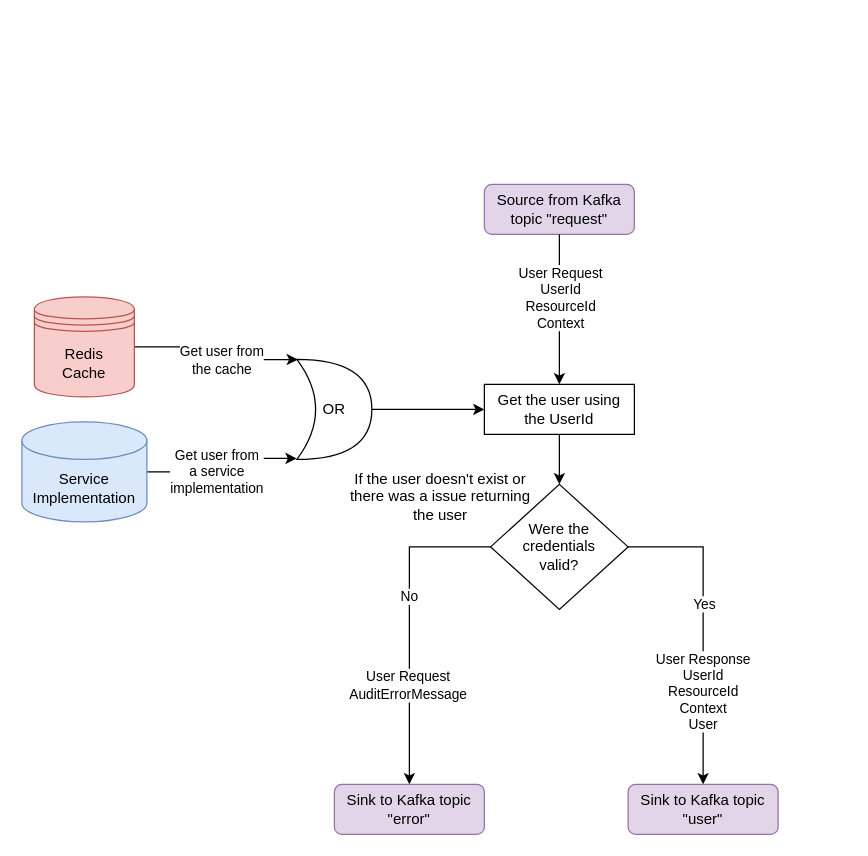
Earlier version of the draw.io diagram user-service/doc/user-service.drawio (gchq/Palisade-services). Source tidied: cells renumbered, new cells numbered last; positions are measured from the earlier drawing's top-left corner, leaving out a move shared by most shapes. Both pictures are drawn from the tidied source at 125%, with x=0, y=0 at pixel (21, 184).
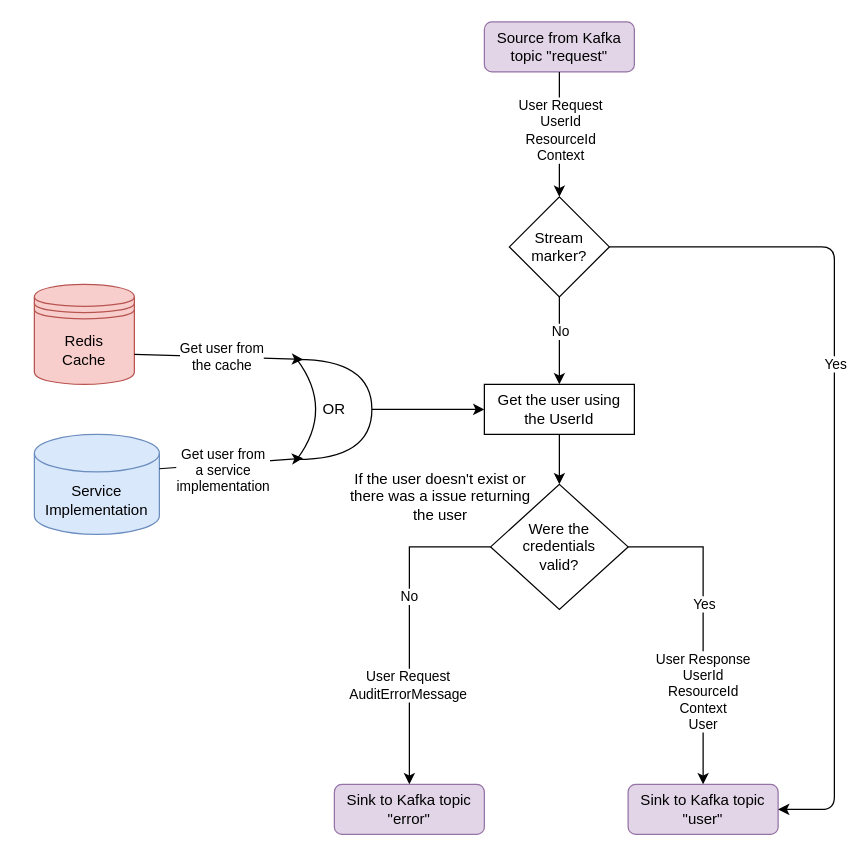
Above is the later version.

Commit message (it also covers changes not shown here):
PAL-1090 updated palisade user and policy diagrams, updated palisade-service readme

The change refers to these unchanged cells:
```xml
<mxCell id="4" value="Get the user using the UserId" style="rounded=0;whiteSpace=wrap;html=1;" parent="1" vertex="1">
  <mxGeometry x="370" y="160" width="120" height="40" as="geometry" />
</mxCell>
<mxCell id="14" value="&lt;div&gt;OR&lt;/div&gt;" style="shape=xor;whiteSpace=wrap;html=1;rotation=0;" parent="1" vertex="1">
  <mxGeometry x="220" y="140" width="60" height="80" as="geometry" />
</mxCell>
<mxCell id="15" value="&lt;span&gt;Sink to Kafka topic &quot;user&quot;&lt;/span&gt;" style="rounded=1;whiteSpace=wrap;html=1;fillColor=#e1d5e7;strokeColor=#9673a6;" parent="1" vertex="1">
  <mxGeometry x="485" y="480" width="120" height="40" as="geometry" />
</mxCell>
```

The edit, as a diff of the source:
```diff
@@
     <mxCell id="2" value="&lt;span&gt;Source from Kafka topic &quot;request&quot;&lt;/span&gt;" style="rounded=1;whiteSpace=wrap;html=1;fillColor=#e1d5e7;strokeColor=#9673a6;" parent="1" vertex="1">
-      <mxGeometry x="370" width="120" height="40" as="geometry" />
+      <mxGeometry x="370" y="-130" width="120" height="40" as="geometry" />
     </mxCell>
@@
-    <mxCell id="5" style="endArrow=classic;html=1;exitX=0.5;exitY=1;exitDx=0;exitDy=0;" parent="1" edge="1" source="2" target="4">
+    <mxCell id="5" style="endArrow=classic;html=1;exitX=0.5;exitY=1;exitDx=0;exitDy=0;entryX=0.5;entryY=0;entryDx=0;entryDy=0;" parent="1" edge="1" source="2" target="27">
       <mxGeometry relative="1" as="geometry" />
     </mxCell>
     <mxCell id="6" value="User Request&lt;br&gt;UserId&lt;br&gt;ResourceId&lt;br&gt;Context" style="edgeLabel;html=1;align=center;verticalAlign=middle;" parent="5" vertex="1">
       <mxGeometry x="0.04" relative="1" as="geometry">
-        <mxPoint y="-12" as="offset" />
+        <mxPoint y="-6" as="offset" />
       </mxGeometry>
     </mxCell>
-    <mxCell id="7" style="edgeStyle=orthogonalEdgeStyle;rounded=0;jettySize=auto;html=1;exitX=1;exitY=0.5;exitDx=0;exitDy=0;entryX=0.013;entryY=0.002;entryDx=0;entryDy=0;entryPerimeter=0;" parent="1" edge="1" source="9" target="14">
-      <mxGeometry relative="1" as="geometry">
-        <Array as="points">
-          <mxPoint x="155" y="130" />
-          <mxPoint x="155" y="140" />
-        </Array>
-      </mxGeometry>
-    </mxCell>
-    <mxCell id="8" value="&lt;div&gt;Get user from &lt;br&gt;&lt;/div&gt;&lt;div&gt;the cache&lt;/div&gt;" style="edgeLabel;html=1;align=center;verticalAlign=middle;" parent="7" vertex="1">
-      <mxGeometry x="-0.23" relative="1" as="geometry">
-        <mxPoint x="15" y="10" as="offset" />
-      </mxGeometry>
-    </mxCell>
     <mxCell id="9" value="&lt;div&gt;&lt;span&gt;Redis&lt;/span&gt;&lt;/div&gt;&lt;div&gt;&lt;span&gt;Cache&lt;/span&gt;&lt;/div&gt;" style="shape=datastore;whiteSpace=wrap;html=1;labelBackgroundColor=none;fillColor=#f8cecc;strokeColor=#b85450;" parent="1" vertex="1">
-      <mxGeometry x="10" y="90" width="80" height="80" as="geometry" />
+      <mxGeometry x="10" y="80" width="80" height="80" as="geometry" />
     </mxCell>
-    <mxCell id="10" style="edgeStyle=orthogonalEdgeStyle;rounded=0;jettySize=auto;html=1;exitX=1;exitY=0.5;exitDx=0;exitDy=0;exitPerimeter=0;entryX=-0.003;entryY=0.99;entryDx=0;entryDy=0;entryPerimeter=0;" parent="1" edge="1" source="12" target="14">
-      <mxGeometry relative="1" as="geometry">
-        <Array as="points">
-          <mxPoint x="160" y="230" />
-          <mxPoint x="160" y="219" />
-        </Array>
-      </mxGeometry>
-    </mxCell>
-    <mxCell id="11" value="&lt;div&gt;Get user from &lt;br&gt;&lt;/div&gt;&lt;div&gt;a service &lt;br&gt;&lt;/div&gt;&lt;div&gt;implementation&lt;/div&gt;" style="edgeLabel;html=1;align=center;verticalAlign=middle;" parent="10" vertex="1">
-      <mxGeometry x="0.23" relative="1" as="geometry">
-        <mxPoint x="-14" y="10" as="offset" />
-      </mxGeometry>
-    </mxCell>
     <mxCell id="12" value="Service Implementation" style="shape=cylinder3;whiteSpace=wrap;html=1;boundedLbl=1;backgroundOutline=1;size=15;fillColor=#dae8fc;strokeColor=#6c8ebf;" parent="1" vertex="1">
-      <mxGeometry y="190" width="100" height="80" as="geometry" />
+      <mxGeometry x="10" y="200" width="100" height="80" as="geometry" />
     </mxCell>
@@
+    <mxCell id="23" style="endArrow=classic;html=1;entryX=0.5;entryY=0;entryDx=0;entryDy=0;exitX=0.5;exitY=1;exitDx=0;exitDy=0;" parent="1" edge="1" source="27" target="4">
+      <mxGeometry relative="1" as="geometry" />
+    </mxCell>
+    <mxCell id="24" value="No" style="edgeLabel;html=1;align=center;verticalAlign=middle;" parent="23" vertex="1">
+      <mxGeometry x="-0.23" relative="1" as="geometry" />
+    </mxCell>
+    <mxCell id="25" style="endArrow=classic;html=1;exitX=1;exitY=0.5;exitDx=0;exitDy=0;entryX=1;entryY=0.5;entryDx=0;entryDy=0;" parent="1" edge="1" source="27" target="15">
+      <mxGeometry relative="1" as="geometry">
+        <Array as="points">
+          <mxPoint x="650" y="50" />
+          <mxPoint x="650" y="500" />
+        </Array>
+      </mxGeometry>
+    </mxCell>
+    <mxCell id="26" value="Yes" style="edgeLabel;html=1;align=center;verticalAlign=middle;" parent="25" vertex="1">
+      <mxGeometry x="-0.19" relative="1" as="geometry" />
+    </mxCell>
+    <mxCell id="27" value="Stream marker?" style="rhombus;whiteSpace=wrap;html=1;" parent="1" vertex="1">
+      <mxGeometry x="390" y="10" width="80" height="80" as="geometry" />
+    </mxCell>
+    <mxCell id="7" style="endArrow=classic;html=1;exitX=1;exitY=0.7;exitDx=0;exitDy=0;entryX=0.083;entryY=0;entryDx=0;entryDy=0;entryPerimeter=0;" parent="1" edge="1" source="9" target="14">
+      <mxGeometry relative="1" as="geometry" />
+    </mxCell>
+    <mxCell id="8" value="&lt;div&gt;Get user from&lt;/div&gt;&lt;div&gt;the cache&lt;/div&gt;" style="edgeLabel;html=1;align=center;verticalAlign=middle;" parent="7" vertex="1">
+      <mxGeometry x="-0.47" relative="1" as="geometry">
+        <mxPoint x="34" as="offset" />
+      </mxGeometry>
+    </mxCell>
+    <mxCell id="10" style="endArrow=classic;html=1;exitX=1;exitY=0;exitDx=0;exitDy=27.5;exitPerimeter=0;entryX=0.083;entryY=0.988;entryDx=0;entryDy=0;entryPerimeter=0;" parent="1" edge="1" source="12" target="14">
+      <mxGeometry relative="1" as="geometry" />
+    </mxCell>
+    <mxCell id="11" value="&lt;div&gt;Get user from&lt;/div&gt;&lt;div&gt;a service&lt;/div&gt;&lt;div&gt;implementation&lt;/div&gt;" style="edgeLabel;html=1;align=center;verticalAlign=middle;" parent="10" vertex="1">
+      <mxGeometry x="-0.27" y="-4" relative="1" as="geometry">
+        <mxPoint x="8" as="offset" />
+      </mxGeometry>
+    </mxCell>
```
